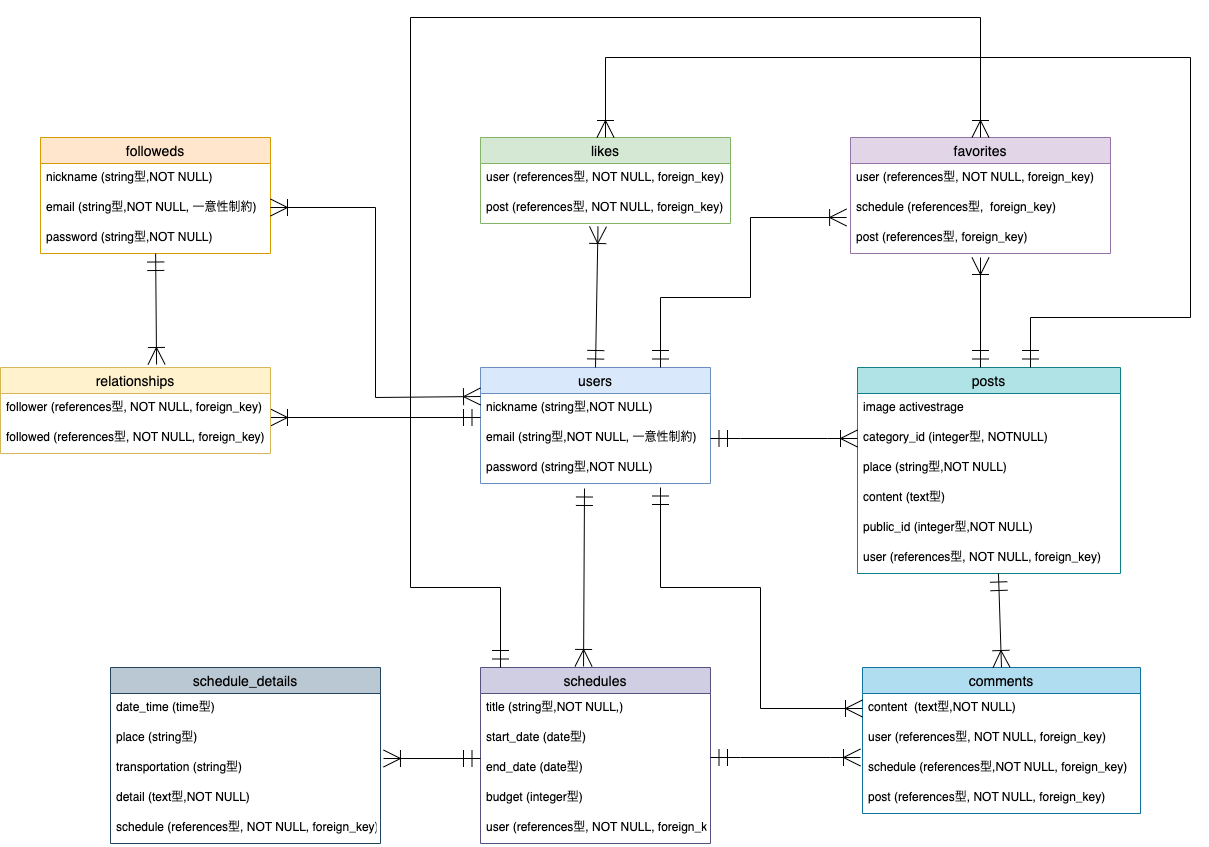
The draw.io diagram wanderlist_er.png in konigorikun/WanderList, before a commit. Source tidied: cells renumbered, new cells last; positions are measured from the earlier drawing's top-left corner, leaving out a move shared by most shapes.
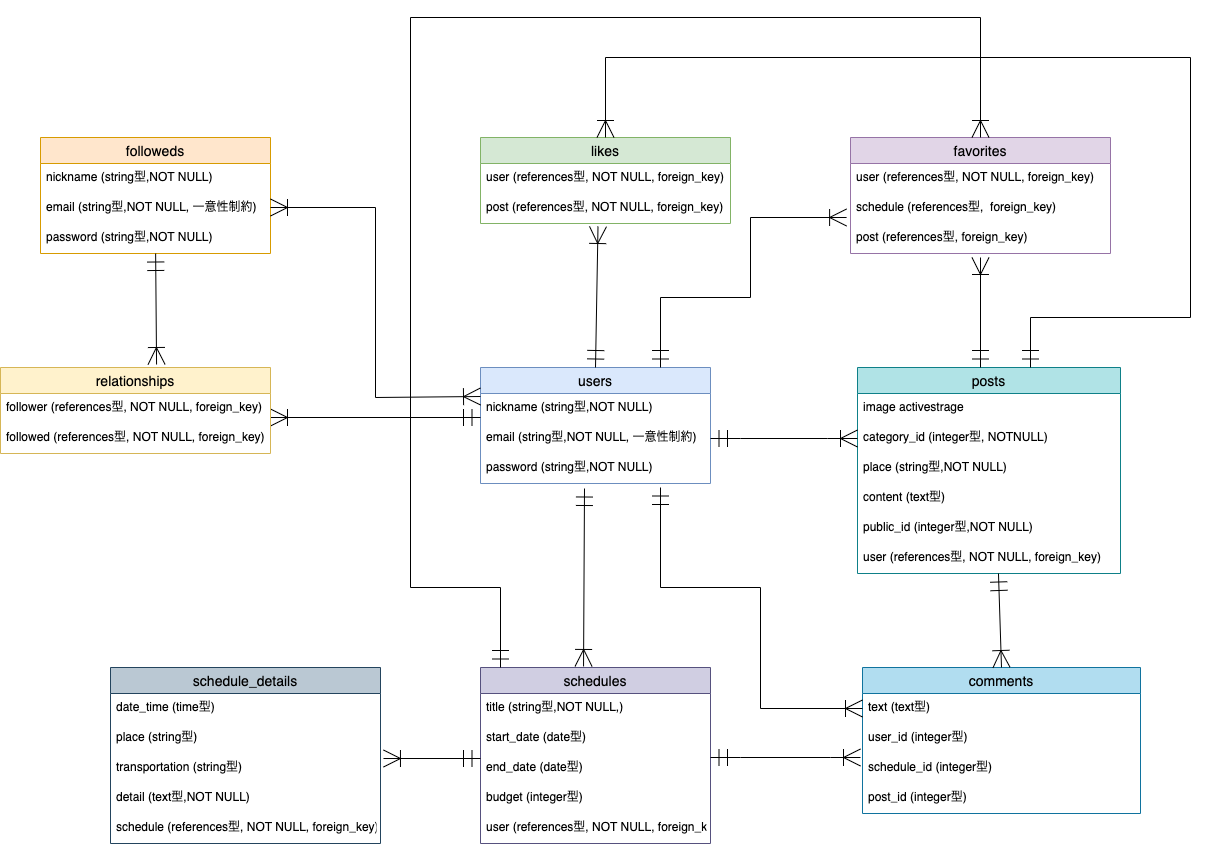
The same diagram one commit later.

Change to the diagram source:
```diff
@@ -71,16 +71,16 @@
     <mxCell id="22" value="comments" style="swimlane;fontStyle=0;horizontal=1;startSize=26;align=center;fontSize=14;rounded=0;fillColor=#b1ddf0;strokeColor=#10739e;" parent="1" vertex="1">
       <mxGeometry x="862" y="650" width="278" height="146" as="geometry" />
     </mxCell>
-    <mxCell id="23" value="content  (text型,NOT NULL)" style="text;strokeColor=none;fillColor=none;spacingLeft=4;spacingRight=4;overflow=hidden;points=[[0,0.5],[1,0.5]];portConstraint=eastwest;fontSize=12;rounded=0;" parent="22" vertex="1">
+    <mxCell id="23" value="text (text型)" style="text;strokeColor=none;fillColor=none;spacingLeft=4;spacingRight=4;overflow=hidden;points=[[0,0.5],[1,0.5]];portConstraint=eastwest;fontSize=12;rounded=0;" parent="22" vertex="1">
       <mxGeometry y="26" width="278" height="30" as="geometry" />
     </mxCell>
-    <mxCell id="24" value="user (references型, NOT NULL, foreign_key)" style="text;strokeColor=none;fillColor=none;spacingLeft=4;spacingRight=4;overflow=hidden;fontSize=12;rounded=0;" parent="22" vertex="1">
+    <mxCell id="24" value="user_id (integer型)" style="text;strokeColor=none;fillColor=none;spacingLeft=4;spacingRight=4;overflow=hidden;fontSize=12;rounded=0;" parent="22" vertex="1">
       <mxGeometry y="56" width="278" height="30" as="geometry" />
     </mxCell>
-    <mxCell id="25" value="schedule (references型,NOT NULL, foreign_key)" style="text;strokeColor=none;fillColor=none;spacingLeft=4;spacingRight=4;overflow=hidden;fontSize=12;rounded=0;" parent="22" vertex="1">
+    <mxCell id="25" value="schedule_id (integer型)" style="text;strokeColor=none;fillColor=none;spacingLeft=4;spacingRight=4;overflow=hidden;fontSize=12;rounded=0;" parent="22" vertex="1">
       <mxGeometry y="86" width="278" height="30" as="geometry" />
     </mxCell>
-    <mxCell id="26" value="post (references型, NOT NULL, foreign_key)" style="text;strokeColor=none;fillColor=none;spacingLeft=4;spacingRight=4;overflow=hidden;fontSize=12;rounded=0;" parent="22" vertex="1">
+    <mxCell id="26" value="post_id (integer型)" style="text;strokeColor=none;fillColor=none;spacingLeft=4;spacingRight=4;overflow=hidden;fontSize=12;rounded=0;" parent="22" vertex="1">
       <mxGeometry y="116" width="278" height="30" as="geometry" />
     </mxCell>
     <mxCell id="27" value="likes" style="swimlane;fontStyle=0;horizontal=1;startSize=26;align=center;fontSize=14;rounded=0;fillColor=#d5e8d4;strokeColor=#82b366;" parent="1" vertex="1">
```
